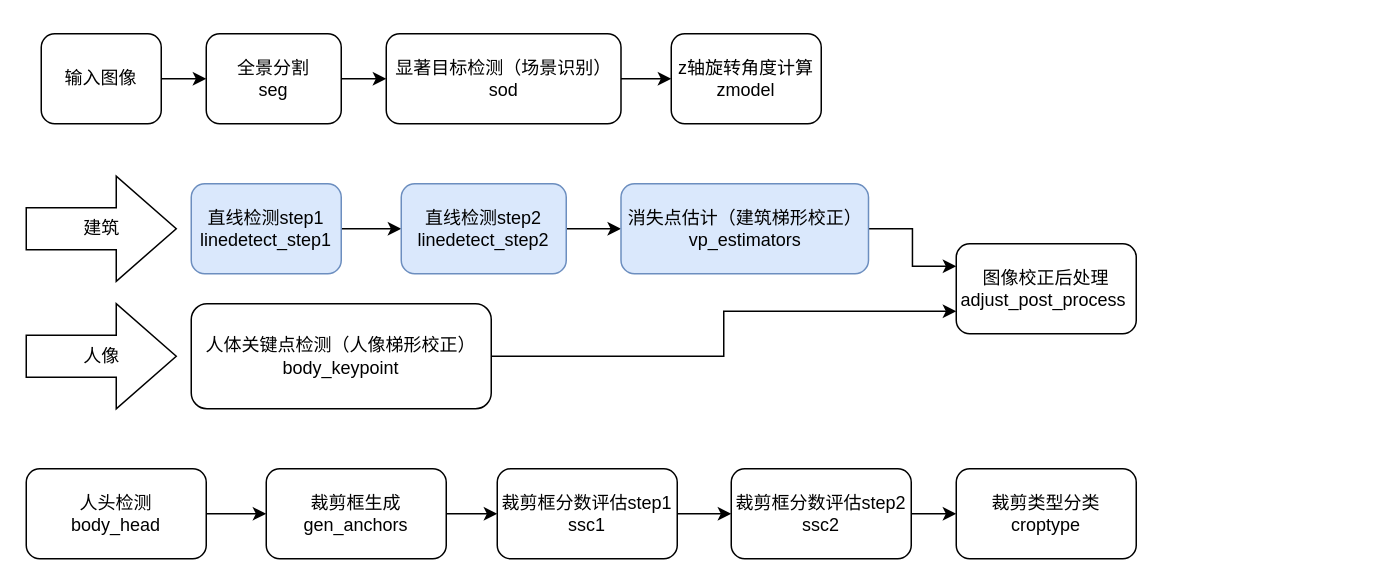
Earlier version of the draw.io diagram drawio/goutu.drawio (bingofancy/doc). Source tidied: cells renumbered, new cells numbered last; positions are measured from the earlier drawing's top-left corner, leaving out a move shared by most shapes. Both pictures are drawn from the tidied source at 150%, with x=0, y=0 at pixel (26, 33).
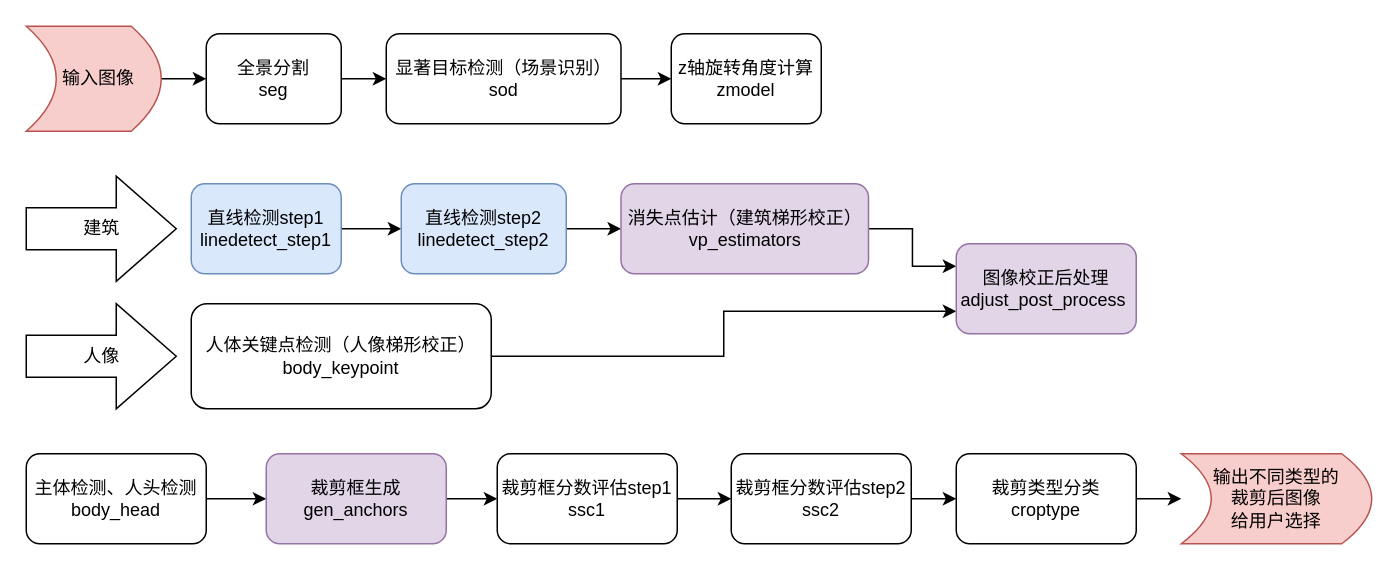
Above is the later version.

The change refers to these unchanged cells:
```xml
<mxCell id="5" value="全景分割&lt;br&gt;seg" style="rounded=1;whiteSpace=wrap;html=1;" parent="1" vertex="1">
  <mxGeometry x="120" width="90" height="60" as="geometry" />
</mxCell>
```

Diff of the diagram source:
```diff
@@
-    <mxCell id="2" style="edgeStyle=orthogonalEdgeStyle;rounded=0;jettySize=auto;html=1;" parent="1" edge="1" source="3" target="5">
-      <mxGeometry relative="1" as="geometry" />
-    </mxCell>
-    <mxCell id="3" value="输入图像" style="rounded=1;whiteSpace=wrap;html=1;" parent="1" vertex="1">
-      <mxGeometry x="10" width="80" height="60" as="geometry" />
-    </mxCell>
@@
-    <mxCell id="16" value="消失点估计（建筑梯形校正）&lt;div&gt;vp_estimators&lt;/div&gt;" style="whiteSpace=wrap;html=1;rounded=1;fillColor=#dae8fc;strokeColor=#6c8ebf;" parent="1" vertex="1">
+    <mxCell id="16" value="消失点估计（建筑梯形校正）&lt;div&gt;vp_estimators&lt;/div&gt;" style="whiteSpace=wrap;html=1;rounded=1;fillColor=#e1d5e7;strokeColor=#9673a6;" parent="1" vertex="1">
       <mxGeometry x="396.5" y="100" width="165" height="60" as="geometry" />
     </mxCell>
@@
-    <mxCell id="19" value="图像校正后处理&lt;br&gt;&amp;nbsp;adjust_post_process&amp;nbsp;&amp;nbsp;" style="rounded=1;whiteSpace=wrap;html=1;" parent="1" vertex="1">
+    <mxCell id="19" value="图像校正后处理&lt;br&gt;&amp;nbsp;adjust_post_process&amp;nbsp;&amp;nbsp;" style="rounded=1;whiteSpace=wrap;html=1;fillColor=#e1d5e7;strokeColor=#9673a6;" parent="1" vertex="1">
       <mxGeometry x="620" y="140" width="120" height="60" as="geometry" />
     </mxCell>
@@
-    <mxCell id="21" value="人头检测&lt;br&gt;body_head" style="rounded=1;whiteSpace=wrap;html=1;" parent="1" vertex="1">
-      <mxGeometry y="290" width="120" height="60" as="geometry" />
+    <mxCell id="21" value="主体检测、人头检测&lt;br&gt;body_head" style="rounded=1;whiteSpace=wrap;html=1;" parent="1" vertex="1">
+      <mxGeometry y="280" width="120" height="60" as="geometry" />
     </mxCell>
@@
-    <mxCell id="23" value="裁剪框生成&lt;br&gt;gen_anchors" style="rounded=1;whiteSpace=wrap;html=1;" parent="1" vertex="1">
-      <mxGeometry x="160" y="290" width="120" height="60" as="geometry" />
+    <mxCell id="23" value="裁剪框生成&lt;br&gt;gen_anchors" style="rounded=1;whiteSpace=wrap;html=1;fillColor=#e1d5e7;strokeColor=#9673a6;" parent="1" vertex="1">
+      <mxGeometry x="160" y="280" width="120" height="60" as="geometry" />
     </mxCell>
@@
     <mxCell id="25" value="裁剪框分数评估step1&lt;div&gt;ssc1&lt;/div&gt;" style="whiteSpace=wrap;html=1;rounded=1;" parent="1" vertex="1">
-      <mxGeometry x="314" y="290" width="120" height="60" as="geometry" />
+      <mxGeometry x="314" y="280" width="120" height="60" as="geometry" />
     </mxCell>
@@
     <mxCell id="27" value="裁剪框分数评估step2&lt;br&gt;ssc2" style="whiteSpace=wrap;html=1;rounded=1;" parent="1" vertex="1">
-      <mxGeometry x="470" y="290" width="120" height="60" as="geometry" />
+      <mxGeometry x="470" y="280" width="120" height="60" as="geometry" />
     </mxCell>
+    <mxCell id="29" style="edgeStyle=orthogonalEdgeStyle;rounded=0;jettySize=auto;html=1;" parent="1" edge="1" source="28" target="30">
+      <mxGeometry relative="1" as="geometry" />
+    </mxCell>
     <mxCell id="28" value="裁剪类型分类&lt;div&gt;croptype&lt;/div&gt;" style="whiteSpace=wrap;html=1;rounded=1;" parent="1" vertex="1">
-      <mxGeometry x="620" y="290" width="120" height="60" as="geometry" />
+      <mxGeometry x="620" y="280" width="120" height="60" as="geometry" />
     </mxCell>
+    <mxCell id="30" value="输出不同类型的&lt;br&gt;裁剪后图像&lt;br&gt;给用户选择" style="shape=dataStorage;whiteSpace=wrap;html=1;fixedSize=1;direction=west;fillColor=#f8cecc;strokeColor=#b85450;" parent="1" vertex="1">
+      <mxGeometry x="770" y="280" width="127" height="60" as="geometry" />
+    </mxCell>
+    <mxCell id="2" style="edgeStyle=orthogonalEdgeStyle;rounded=0;jettySize=auto;html=1;" parent="1" edge="1" source="3" target="5">
+      <mxGeometry relative="1" as="geometry" />
+    </mxCell>
+    <mxCell id="3" value="&amp;nbsp; 输入图像" style="shape=dataStorage;whiteSpace=wrap;html=1;fixedSize=1;direction=west;fillColor=#f8cecc;strokeColor=#b85450;" parent="1" vertex="1">
+      <mxGeometry y="-5" width="90" height="70" as="geometry" />
+    </mxCell>
```
